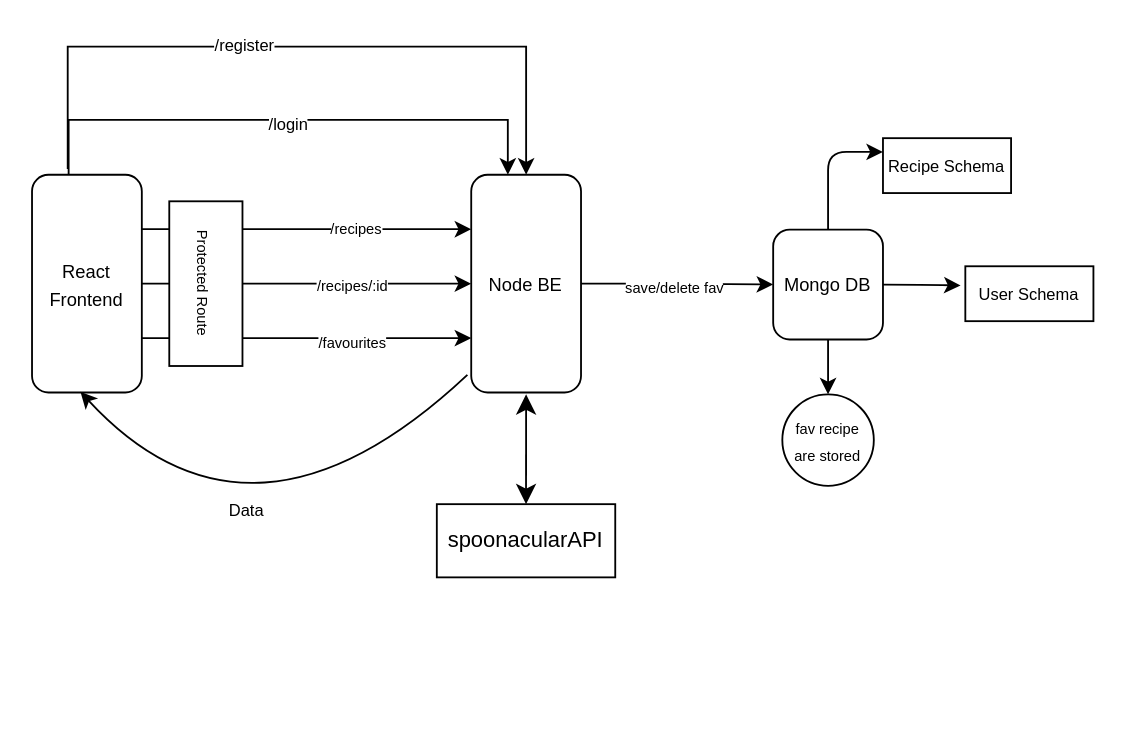
The draw.io diagram Recipe App/Untitled Diagram.drawio in Souravsinha96/System-design, before the edit. Source tidied: cells renumbered, new cells numbered last; positions are measured from the earlier drawing's top-left corner, leaving out a move shared by most shapes. Both pictures are drawn from the tidied source at 183%, with x=0, y=0 at pixel (31, 46).
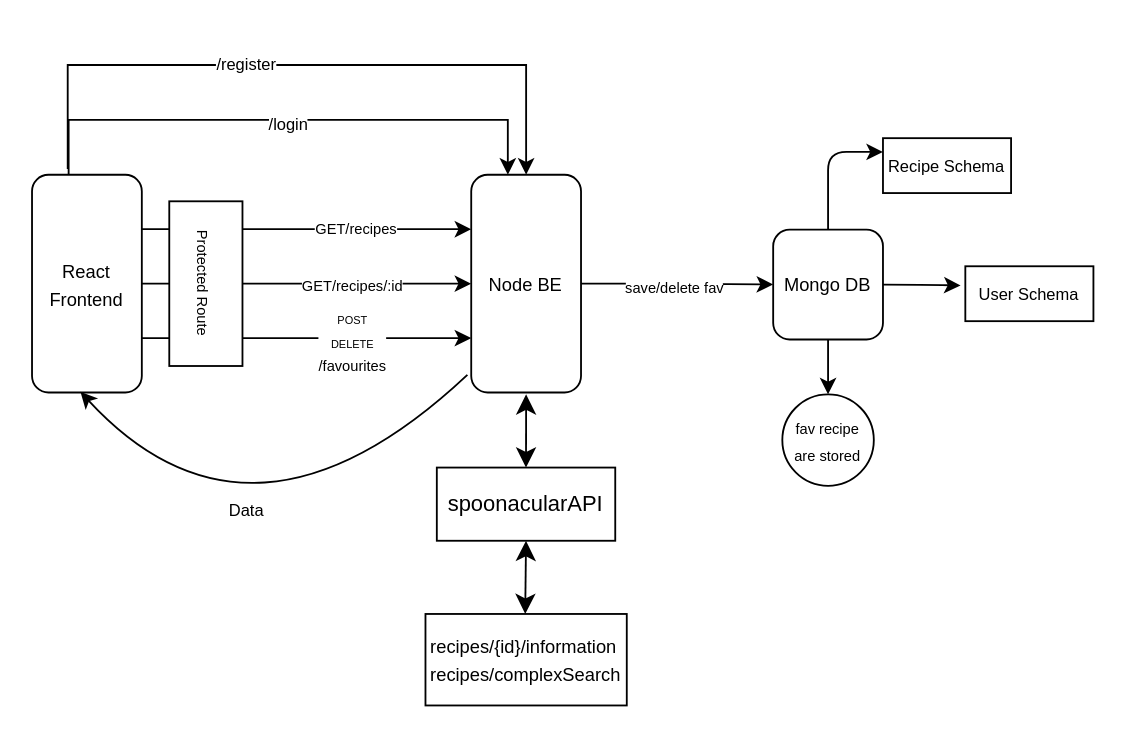
The same page after the edit.

The change refers to these unchanged cells:
```xml
<mxCell id="2" style="edgeStyle=orthogonalEdgeStyle;rounded=0;jettySize=auto;html=1;exitX=1;exitY=0.25;exitDx=0;exitDy=0;entryX=0;entryY=0.25;entryDx=0;entryDy=0;" parent="1" edge="1" source="12" target="15">
  <mxGeometry relative="1" as="geometry" />
</mxCell>
<mxCell id="4" style="edgeStyle=orthogonalEdgeStyle;rounded=0;jettySize=auto;html=1;exitX=1;exitY=0.5;exitDx=0;exitDy=0;entryX=0;entryY=0.5;entryDx=0;entryDy=0;" parent="1" edge="1" source="12" target="15">
  <mxGeometry relative="1" as="geometry" />
</mxCell>
<mxCell id="6" style="edgeStyle=orthogonalEdgeStyle;rounded=0;jettySize=auto;html=1;exitX=1;exitY=0.75;exitDx=0;exitDy=0;entryX=0;entryY=0.75;entryDx=0;entryDy=0;" parent="1" edge="1" source="12" target="15">
  <mxGeometry relative="1" as="geometry" />
</mxCell>
<mxCell id="12" value="&lt;font style=&quot;font-size: 10px;&quot;&gt;React Frontend&lt;/font&gt;" style="whiteSpace=wrap;html=1;align=center;rounded=1;shadow=0;glass=0;" parent="1" vertex="1">
  <mxGeometry y="70" width="60" height="119" as="geometry" />
</mxCell>
```

Diff of the diagram source:
```diff
@@
-    <mxCell id="3" value="&lt;font style=&quot;font-size: 8px;&quot;&gt;/recipes&lt;/font&gt;" style="edgeLabel;html=1;align=center;verticalAlign=middle;fontFamily=Helvetica;fontSize=11;fontColor=default;labelBackgroundColor=default;" parent="2" vertex="1">
+    <mxCell id="3" value="&lt;font style=&quot;font-size: 8px;&quot;&gt;GET/recipes&lt;/font&gt;" style="edgeLabel;html=1;align=center;verticalAlign=middle;fontFamily=Helvetica;fontSize=11;fontColor=default;labelBackgroundColor=default;" parent="2" vertex="1">
       <mxGeometry x="0.29" y="1" relative="1" as="geometry" />
     </mxCell>
@@
-    <mxCell id="5" value="&lt;font style=&quot;font-size: 8px;&quot;&gt;/recipes/:id&lt;/font&gt;" style="edgeLabel;html=1;align=center;verticalAlign=middle;" parent="4" vertex="1">
+    <mxCell id="5" value="&lt;font style=&quot;font-size: 8px;&quot;&gt;GET/recipes/:id&lt;/font&gt;" style="edgeLabel;html=1;align=center;verticalAlign=middle;" parent="4" vertex="1">
       <mxGeometry x="-0.07" relative="1" as="geometry">
         <mxPoint x="30" as="offset" />
       </mxGeometry>
     </mxCell>
@@
-    <mxCell id="7" value="&lt;font style=&quot;font-size: 8px;&quot;&gt;/favourites&lt;/font&gt;" style="edgeLabel;html=1;align=center;verticalAlign=middle;" parent="6" vertex="1">
+    <mxCell id="7" value="&lt;font style=&quot;&quot;&gt;&lt;font style=&quot;font-size: 6px;&quot;&gt;POST&lt;br&gt;&lt;/font&gt;&lt;font style=&quot;font-size: 6px;&quot;&gt;DELETE&lt;/font&gt;&lt;br&gt;&lt;span style=&quot;font-size: 8px;&quot;&gt;/favourites&lt;/span&gt;&lt;/font&gt;" style="edgeLabel;html=1;align=center;verticalAlign=middle;" parent="6" vertex="1">
       <mxGeometry x="-0.09" y="-1" relative="1" as="geometry">
         <mxPoint x="32" as="offset" />
       </mxGeometry>
     </mxCell>
@@
     <mxCell id="10" style="edgeStyle=orthogonalEdgeStyle;rounded=0;jettySize=auto;html=1;entryX=0.5;entryY=1;entryDx=0;entryDy=0;exitX=0.325;exitY=-0.027;exitDx=0;exitDy=0;exitPerimeter=0;" parent="1" edge="1" source="12">
       <mxGeometry relative="1" as="geometry">
         <mxPoint x="270" y="70" as="targetPoint" />
         <Array as="points">
-          <mxPoint x="20" />
-          <mxPoint x="270" />
+          <mxPoint x="20" y="10" />
+          <mxPoint x="270" y="10" />
         </Array>
       </mxGeometry>
     </mxCell>
@@
     <mxCell id="23" value="spoonacularAPI" style="rounded=0;whiteSpace=wrap;html=1;" parent="1" vertex="1">
-      <mxGeometry x="221.2" y="250" width="97.5" height="40" as="geometry" />
+      <mxGeometry x="221.2" y="230" width="97.5" height="40" as="geometry" />
     </mxCell>
@@
+    <mxCell id="28" value="&lt;div style=&quot;text-align: left;&quot;&gt;&lt;span style=&quot;background-color: light-dark(rgb(255, 255, 255), rgb(18, 18, 18)); font-family: Poppins, sans-serif;&quot;&gt;&lt;font style=&quot;font-size: 10px;&quot;&gt;recipes/{id}/information&lt;/font&gt;&lt;/span&gt;&lt;/div&gt;&lt;div style=&quot;text-align: left;&quot;&gt;&lt;span style=&quot;font-family: Poppins, sans-serif; background-color: rgb(255, 255, 255);&quot;&gt;&lt;font style=&quot;font-size: 10px; color: rgb(0, 0, 0);&quot;&gt;recipes/complexSearch&lt;/font&gt;&lt;/span&gt;&lt;/div&gt;" style="rounded=0;whiteSpace=wrap;html=1;" parent="1" vertex="1">
+      <mxGeometry x="215" y="310" width="110" height="50" as="geometry" />
+    </mxCell>
+    <mxCell id="29" style="edgeStyle=none;jettySize=auto;html=1;endArrow=classic;startArrow=classic;endSize=8;startSize=8;rounded=1;shadow=0;strokeColor=default;align=center;verticalAlign=middle;fontFamily=Helvetica;fontSize=11;fontColor=default;labelBackgroundColor=default;entryX=0.5;entryY=0;entryDx=0;entryDy=0;exitX=0.5;exitY=1;exitDx=0;exitDy=0;" parent="1" edge="1" source="23" target="28">
+      <mxGeometry relative="1" as="geometry">
+        <Array as="points">
+          <mxPoint x="269.5" y="310" />
+        </Array>
+      </mxGeometry>
+    </mxCell>
```
